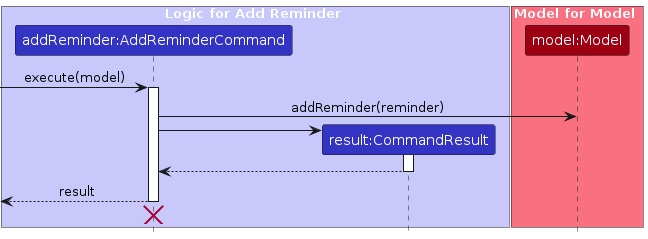
This is diagrams/AddReminderCommandSequenceDiagram.png from AY2526S1-CS2103T-F12-2/tp, a PlantUML export, as it was before one commit. Its source is kept beside it as diagrams/AddReminderCommandSequenceDiagram.puml. Source of this version:
```plantuml
@startuml
!include style.puml
skinparam ArrowFontStyle plain

box Logic for Add Reminder LOGIC_COLOR_T1
participant "addReminder:AddReminderCommand" as AddReminderCommand LOGIC_COLOR
participant "result:CommandResult" as CommandResult LOGIC_COLOR
end box

box Model for Model MODEL_COLOR_T1
participant "model:Model" as Model MODEL_COLOR
end box

[-> AddReminderCommand : execute(model)
activate AddReminderCommand

AddReminderCommand -> Model : addReminder(reminder)

create CommandResult
AddReminderCommand -> CommandResult
activate CommandResult

CommandResult --> AddReminderCommand
deactivate CommandResult

[<-- AddReminderCommand : result
deactivate AddReminderCommand
[<-[hidden]- AddReminderCommand
destroy AddReminderCommand
@enduml
```
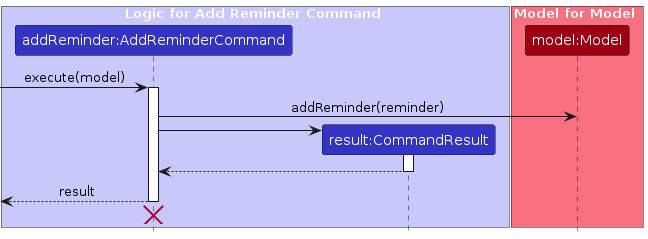
After the commit.

What changed in the source:
```diff
@@ -2,7 +2,7 @@
 !include style.puml
 skinparam ArrowFontStyle plain
 
-box Logic for Add Reminder LOGIC_COLOR_T1
+box Logic for Add Reminder Command LOGIC_COLOR_T1
 participant "addReminder:AddReminderCommand" as AddReminderCommand LOGIC_COLOR
 participant "result:CommandResult" as CommandResult LOGIC_COLOR
 end box
```
